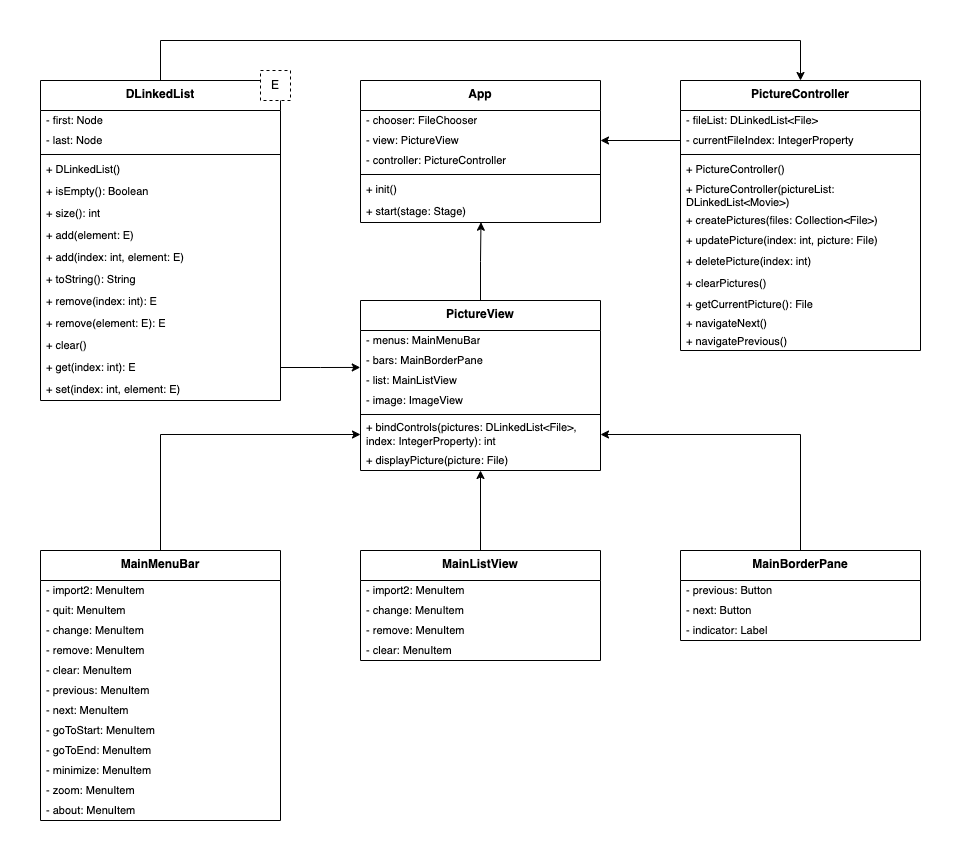
Above: assignments/hw7/diagram1.png in hanggrian/IIT-ITM510 (draw.io), before the change. Source tidied: cells renumbered, new cells last; positions are measured from the earlier drawing's top-left corner, leaving out a move shared by most shapes.
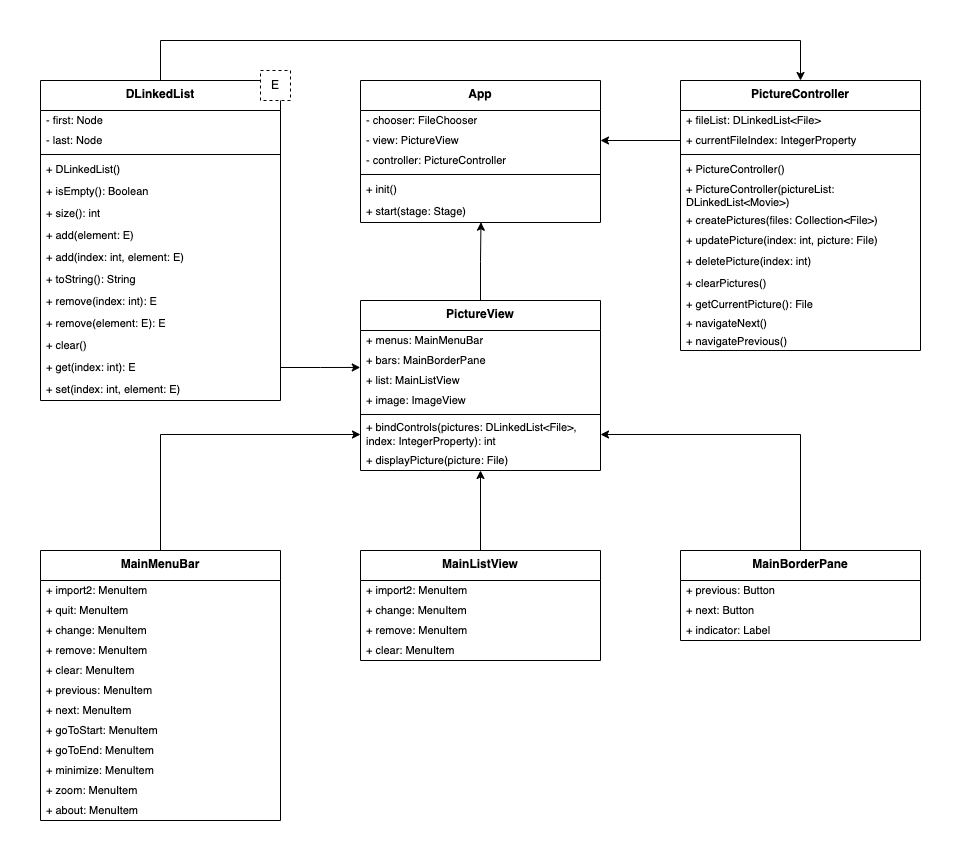
Above is the later version.

Commit message:
Fix public property - to +

What changed in the source:
```diff
@@ -5,10 +5,10 @@
     <mxCell id="2" value="PictureController" style="swimlane;fontStyle=1;align=center;verticalAlign=top;horizontal=1;startSize=30;whiteSpace=wrap;html=1;" parent="1" vertex="1">
       <mxGeometry x="640" y="40" width="240" height="270" as="geometry" />
     </mxCell>
-    <mxCell id="3" value="- fileList: DLinkedList&amp;lt;File&amp;gt;" style="text;strokeColor=none;fillColor=none;align=left;verticalAlign=middle;spacingLeft=4;spacingRight=4;overflow=hidden;whiteSpace=wrap;html=1;fontSize=11;" parent="2" vertex="1">
+    <mxCell id="3" value="+ fileList: DLinkedList&amp;lt;File&amp;gt;" style="text;strokeColor=none;fillColor=none;align=left;verticalAlign=middle;spacingLeft=4;spacingRight=4;overflow=hidden;whiteSpace=wrap;html=1;fontSize=11;" parent="2" vertex="1">
       <mxGeometry y="30" width="240" height="20" as="geometry" />
     </mxCell>
-    <mxCell id="4" value="- currentFileIndex: IntegerProperty" style="text;strokeColor=none;fillColor=none;align=left;verticalAlign=middle;spacingLeft=4;spacingRight=4;overflow=hidden;points=[[0,0.5],[1,0.5]];portConstraint=eastwest;whiteSpace=wrap;html=1;fontSize=11;" parent="2" vertex="1">
+    <mxCell id="4" value="+ currentFileIndex: IntegerProperty" style="text;strokeColor=none;fillColor=none;align=left;verticalAlign=middle;spacingLeft=4;spacingRight=4;overflow=hidden;points=[[0,0.5],[1,0.5]];portConstraint=eastwest;whiteSpace=wrap;html=1;fontSize=11;" parent="2" vertex="1">
       <mxGeometry y="50" width="240" height="20" as="geometry" />
     </mxCell>
     <mxCell id="5" style="line;strokeWidth=1;fillColor=none;align=left;verticalAlign=middle;spacingTop=-1;spacingLeft=3;spacingRight=3;labelPosition=right;strokeColor=inherit;" parent="2" vertex="1">
@@ -44,16 +44,16 @@
     <mxCell id="15" value="PictureView" style="swimlane;fontStyle=1;align=center;verticalAlign=top;horizontal=1;startSize=30;whiteSpace=wrap;html=1;" parent="1" vertex="1">
       <mxGeometry x="320" y="260" width="240" height="170" as="geometry" />
     </mxCell>
-    <mxCell id="16" value="- menus: MainMenuBar" style="text;strokeColor=none;fillColor=none;align=left;verticalAlign=middle;spacingLeft=4;spacingRight=4;overflow=hidden;whiteSpace=wrap;html=1;fontSize=11;" parent="15" vertex="1">
+    <mxCell id="16" value="+ menus: MainMenuBar" style="text;strokeColor=none;fillColor=none;align=left;verticalAlign=middle;spacingLeft=4;spacingRight=4;overflow=hidden;whiteSpace=wrap;html=1;fontSize=11;" parent="15" vertex="1">
       <mxGeometry y="30" width="240" height="20" as="geometry" />
     </mxCell>
-    <mxCell id="17" value="- bars: MainBorderPane" style="text;strokeColor=none;fillColor=none;align=left;verticalAlign=middle;spacingLeft=4;spacingRight=4;overflow=hidden;points=[[0,0.5],[1,0.5]];portConstraint=eastwest;whiteSpace=wrap;html=1;fontSize=11;" parent="15" vertex="1">
+    <mxCell id="17" value="+ bars: MainBorderPane" style="text;strokeColor=none;fillColor=none;align=left;verticalAlign=middle;spacingLeft=4;spacingRight=4;overflow=hidden;points=[[0,0.5],[1,0.5]];portConstraint=eastwest;whiteSpace=wrap;html=1;fontSize=11;" parent="15" vertex="1">
       <mxGeometry y="50" width="240" height="20" as="geometry" />
     </mxCell>
-    <mxCell id="18" value="- list: MainListView" style="text;strokeColor=none;fillColor=none;align=left;verticalAlign=middle;spacingLeft=4;spacingRight=4;overflow=hidden;whiteSpace=wrap;html=1;fontSize=11;" parent="15" vertex="1">
+    <mxCell id="18" value="+ list: MainListView" style="text;strokeColor=none;fillColor=none;align=left;verticalAlign=middle;spacingLeft=4;spacingRight=4;overflow=hidden;whiteSpace=wrap;html=1;fontSize=11;" parent="15" vertex="1">
       <mxGeometry y="70" width="240" height="20" as="geometry" />
     </mxCell>
-    <mxCell id="19" value="- image: ImageView" style="text;strokeColor=none;fillColor=none;align=left;verticalAlign=middle;spacingLeft=4;spacingRight=4;overflow=hidden;whiteSpace=wrap;html=1;fontSize=11;" parent="15" vertex="1">
+    <mxCell id="19" value="+ image: ImageView" style="text;strokeColor=none;fillColor=none;align=left;verticalAlign=middle;spacingLeft=4;spacingRight=4;overflow=hidden;whiteSpace=wrap;html=1;fontSize=11;" parent="15" vertex="1">
       <mxGeometry y="90" width="240" height="20" as="geometry" />
     </mxCell>
     <mxCell id="20" style="line;strokeWidth=1;fillColor=none;align=left;verticalAlign=middle;spacingTop=-1;spacingLeft=3;spacingRight=3;labelPosition=right;strokeColor=inherit;" parent="15" vertex="1">
@@ -68,16 +68,16 @@
     <mxCell id="23" value="MainListView" style="swimlane;fontStyle=1;align=center;verticalAlign=top;horizontal=1;startSize=30;whiteSpace=wrap;html=1;" parent="1" vertex="1">
       <mxGeometry x="320" y="510" width="240" height="110" as="geometry" />
     </mxCell>
-    <mxCell id="24" value="- import2: MenuItem" style="text;strokeColor=none;fillColor=none;align=left;verticalAlign=middle;spacingLeft=4;spacingRight=4;overflow=hidden;whiteSpace=wrap;html=1;fontSize=11;" parent="23" vertex="1">
+    <mxCell id="24" value="+ import2: MenuItem" style="text;strokeColor=none;fillColor=none;align=left;verticalAlign=middle;spacingLeft=4;spacingRight=4;overflow=hidden;whiteSpace=wrap;html=1;fontSize=11;" parent="23" vertex="1">
       <mxGeometry y="30" width="240" height="20" as="geometry" />
     </mxCell>
-    <mxCell id="25" value="- change: MenuItem" style="text;strokeColor=none;fillColor=none;align=left;verticalAlign=middle;spacingLeft=4;spacingRight=4;overflow=hidden;whiteSpace=wrap;html=1;fontSize=11;" parent="23" vertex="1">
+    <mxCell id="25" value="+ change: MenuItem" style="text;strokeColor=none;fillColor=none;align=left;verticalAlign=middle;spacingLeft=4;spacingRight=4;overflow=hidden;whiteSpace=wrap;html=1;fontSize=11;" parent="23" vertex="1">
       <mxGeometry y="50" width="240" height="20" as="geometry" />
     </mxCell>
-    <mxCell id="26" value="- remove: MenuItem" style="text;strokeColor=none;fillColor=none;align=left;verticalAlign=middle;spacingLeft=4;spacingRight=4;overflow=hidden;whiteSpace=wrap;html=1;fontSize=11;" parent="23" vertex="1">
+    <mxCell id="26" value="+ remove: MenuItem" style="text;strokeColor=none;fillColor=none;align=left;verticalAlign=middle;spacingLeft=4;spacingRight=4;overflow=hidden;whiteSpace=wrap;html=1;fontSize=11;" parent="23" vertex="1">
       <mxGeometry y="70" width="240" height="20" as="geometry" />
     </mxCell>
-    <mxCell id="27" value="- clear: MenuItem" style="text;strokeColor=none;fillColor=none;align=left;verticalAlign=middle;spacingLeft=4;spacingRight=4;overflow=hidden;whiteSpace=wrap;html=1;fontSize=11;" parent="23" vertex="1">
+    <mxCell id="27" value="+ clear: MenuItem" style="text;strokeColor=none;fillColor=none;align=left;verticalAlign=middle;spacingLeft=4;spacingRight=4;overflow=hidden;whiteSpace=wrap;html=1;fontSize=11;" parent="23" vertex="1">
       <mxGeometry y="90" width="240" height="20" as="geometry" />
     </mxCell>
     <mxCell id="28" style="edgeStyle=orthogonalEdgeStyle;rounded=0;jettySize=auto;html=1;exitX=0.5;exitY=0;exitDx=0;exitDy=0;entryX=1;entryY=0.5;entryDx=0;entryDy=0;" parent="1" edge="1" source="29" target="21">
@@ -86,13 +86,13 @@
     <mxCell id="29" value="MainBorderPane" style="swimlane;fontStyle=1;align=center;verticalAlign=top;horizontal=1;startSize=30;whiteSpace=wrap;html=1;" parent="1" vertex="1">
       <mxGeometry x="640" y="510" width="240" height="90" as="geometry" />
     </mxCell>
-    <mxCell id="30" value="- previous: Button" style="text;strokeColor=none;fillColor=none;align=left;verticalAlign=middle;spacingLeft=4;spacingRight=4;overflow=hidden;whiteSpace=wrap;html=1;fontSize=11;" parent="29" vertex="1">
+    <mxCell id="30" value="+ previous: Button" style="text;strokeColor=none;fillColor=none;align=left;verticalAlign=middle;spacingLeft=4;spacingRight=4;overflow=hidden;whiteSpace=wrap;html=1;fontSize=11;" parent="29" vertex="1">
       <mxGeometry y="30" width="240" height="20" as="geometry" />
     </mxCell>
-    <mxCell id="31" value="- next: Button" style="text;strokeColor=none;fillColor=none;align=left;verticalAlign=middle;spacingLeft=4;spacingRight=4;overflow=hidden;whiteSpace=wrap;html=1;fontSize=11;" parent="29" vertex="1">
+    <mxCell id="31" value="+ next: Button" style="text;strokeColor=none;fillColor=none;align=left;verticalAlign=middle;spacingLeft=4;spacingRight=4;overflow=hidden;whiteSpace=wrap;html=1;fontSize=11;" parent="29" vertex="1">
       <mxGeometry y="50" width="240" height="20" as="geometry" />
     </mxCell>
-    <mxCell id="32" value="- indicator: Label" style="text;strokeColor=none;fillColor=none;align=left;verticalAlign=middle;spacingLeft=4;spacingRight=4;overflow=hidden;whiteSpace=wrap;html=1;fontSize=11;" parent="29" vertex="1">
+    <mxCell id="32" value="+ indicator: Label" style="text;strokeColor=none;fillColor=none;align=left;verticalAlign=middle;spacingLeft=4;spacingRight=4;overflow=hidden;whiteSpace=wrap;html=1;fontSize=11;" parent="29" vertex="1">
       <mxGeometry y="70" width="240" height="20" as="geometry" />
     </mxCell>
     <mxCell id="33" style="edgeStyle=orthogonalEdgeStyle;rounded=0;jettySize=auto;html=1;exitX=0.5;exitY=0;exitDx=0;exitDy=0;entryX=0;entryY=0.5;entryDx=0;entryDy=0;" parent="1" edge="1" source="34" target="21">
@@ -101,40 +101,40 @@
     <mxCell id="34" value="MainMenuBar" style="swimlane;fontStyle=1;align=center;verticalAlign=top;horizontal=1;startSize=30;whiteSpace=wrap;html=1;" parent="1" vertex="1">
       <mxGeometry y="510" width="240" height="270" as="geometry" />
     </mxCell>
-    <mxCell id="35" value="- import2: MenuItem" style="text;strokeColor=none;fillColor=none;align=left;verticalAlign=middle;spacingLeft=4;spacingRight=4;overflow=hidden;whiteSpace=wrap;html=1;fontSize=11;" parent="34" vertex="1">
+    <mxCell id="35" value="+ import2: MenuItem" style="text;strokeColor=none;fillColor=none;align=left;verticalAlign=middle;spacingLeft=4;spacingRight=4;overflow=hidden;whiteSpace=wrap;html=1;fontSize=11;" parent="34" vertex="1">
       <mxGeometry y="30" width="240" height="20" as="geometry" />
     </mxCell>
-    <mxCell id="36" value="- quit: MenuItem" style="text;strokeColor=none;fillColor=none;align=left;verticalAlign=middle;spacingLeft=4;spacingRight=4;overflow=hidden;whiteSpace=wrap;html=1;fontSize=11;" parent="34" vertex="1">
+    <mxCell id="36" value="+ quit: MenuItem" style="text;strokeColor=none;fillColor=none;align=left;verticalAlign=middle;spacingLeft=4;spacingRight=4;overflow=hidden;whiteSpace=wrap;html=1;fontSize=11;" parent="34" vertex="1">
       <mxGeometry y="50" width="240" height="20" as="geometry" />
     </mxCell>
-    <mxCell id="37" value="- change: MenuItem" style="text;strokeColor=none;fillColor=none;align=left;verticalAlign=middle;spacingLeft=4;spacingRight=4;overflow=hidden;whiteSpace=wrap;html=1;fontSize=11;" parent="34" vertex="1">
+    <mxCell id="37" value="+ change: MenuItem" style="text;strokeColor=none;fillColor=none;align=left;verticalAlign=middle;spacingLeft=4;spacingRight=4;overflow=hidden;whiteSpace=wrap;html=1;fontSize=11;" parent="34" vertex="1">
       <mxGeometry y="70" width="240" height="20" as="geometry" />
     </mxCell>
-    <mxCell id="38" value="- remove: MenuItem" style="text;strokeColor=none;fillColor=none;align=left;verticalAlign=middle;spacingLeft=4;spacingRight=4;overflow=hidden;whiteSpace=wrap;html=1;fontSize=11;" parent="34" vertex="1">
+    <mxCell id="38" value="+ remove: MenuItem" style="text;strokeColor=none;fillColor=none;align=left;verticalAlign=middle;spacingLeft=4;spacingRight=4;overflow=hidden;whiteSpace=wrap;html=1;fontSize=11;" parent="34" vertex="1">
       <mxGeometry y="90" width="240" height="20" as="geometry" />
     </mxCell>
-    <mxCell id="39" value="- clear: MenuItem" style="text;strokeColor=none;fillColor=none;align=left;verticalAlign=middle;spacingLeft=4;spacingRight=4;overflow=hidden;whiteSpace=wrap;html=1;fontSize=11;" parent="34" vertex="1">
+    <mxCell id="39" value="+ clear: MenuItem" style="text;strokeColor=none;fillColor=none;align=left;verticalAlign=middle;spacingLeft=4;spacingRight=4;overflow=hidden;whiteSpace=wrap;html=1;fontSize=11;" parent="34" vertex="1">
       <mxGeometry y="110" width="240" height="20" as="geometry" />
     </mxCell>
-    <mxCell id="40" value="- previous: MenuItem" style="text;strokeColor=none;fillColor=none;align=left;verticalAlign=middle;spacingLeft=4;spacingRight=4;overflow=hidden;whiteSpace=wrap;html=1;fontSize=11;" parent="34" vertex="1">
+    <mxCell id="40" value="+ previous: MenuItem" style="text;strokeColor=none;fillColor=none;align=left;verticalAlign=middle;spacingLeft=4;spacingRight=4;overflow=hidden;whiteSpace=wrap;html=1;fontSize=11;" parent="34" vertex="1">
       <mxGeometry y="130" width="240" height="20" as="geometry" />
     </mxCell>
-    <mxCell id="41" value="- next: MenuItem" style="text;strokeColor=none;fillColor=none;align=left;verticalAlign=middle;spacingLeft=4;spacingRight=4;overflow=hidden;whiteSpace=wrap;html=1;fontSize=11;" parent="34" vertex="1">
+    <mxCell id="41" value="+ next: MenuItem" style="text;strokeColor=none;fillColor=none;align=left;verticalAlign=middle;spacingLeft=4;spacingRight=4;overflow=hidden;whiteSpace=wrap;html=1;fontSize=11;" parent="34" vertex="1">
       <mxGeometry y="150" width="240" height="20" as="geometry" />
     </mxCell>
-    <mxCell id="42" value="- goToStart: MenuItem" style="text;strokeColor=none;fillColor=none;align=left;verticalAlign=middle;spacingLeft=4;spacingRight=4;overflow=hidden;whiteSpace=wrap;html=1;fontSize=11;" parent="34" vertex="1">
+    <mxCell id="42" value="+ goToStart: MenuItem" style="text;strokeColor=none;fillColor=none;align=left;verticalAlign=middle;spacingLeft=4;spacingRight=4;overflow=hidden;whiteSpace=wrap;html=1;fontSize=11;" parent="34" vertex="1">
       <mxGeometry y="170" width="240" height="20" as="geometry" />
     </mxCell>
-    <mxCell id="43" value="- goToEnd: MenuItem" style="text;strokeColor=none;fillColor=none;align=left;verticalAlign=middle;spacingLeft=4;spacingRight=4;overflow=hidden;whiteSpace=wrap;html=1;fontSize=11;" parent="34" vertex="1">
+    <mxCell id="43" value="+ goToEnd: MenuItem" style="text;strokeColor=none;fillColor=none;align=left;verticalAlign=middle;spacingLeft=4;spacingRight=4;overflow=hidden;whiteSpace=wrap;html=1;fontSize=11;" parent="34" vertex="1">
       <mxGeometry y="190" width="240" height="20" as="geometry" />
     </mxCell>
-    <mxCell id="44" value="- minimize: MenuItem" style="text;strokeColor=none;fillColor=none;align=left;verticalAlign=middle;spacingLeft=4;spacingRight=4;overflow=hidden;whiteSpace=wrap;html=1;fontSize=11;" parent="34" vertex="1">
+    <mxCell id="44" value="+ minimize: MenuItem" style="text;strokeColor=none;fillColor=none;align=left;verticalAlign=middle;spacingLeft=4;spacingRight=4;overflow=hidden;whiteSpace=wrap;html=1;fontSize=11;" parent="34" vertex="1">
       <mxGeometry y="210" width="240" height="20" as="geometry" />
     </mxCell>
-    <mxCell id="45" value="- zoom: MenuItem" style="text;strokeColor=none;fillColor=none;align=left;verticalAlign=middle;spacingLeft=4;spacingRight=4;overflow=hidden;whiteSpace=wrap;html=1;fontSize=11;" parent="34" vertex="1">
+    <mxCell id="45" value="+ zoom: MenuItem" style="text;strokeColor=none;fillColor=none;align=left;verticalAlign=middle;spacingLeft=4;spacingRight=4;overflow=hidden;whiteSpace=wrap;html=1;fontSize=11;" parent="34" vertex="1">
       <mxGeometry y="230" width="240" height="20" as="geometry" />
     </mxCell>
-    <mxCell id="46" value="- about: MenuItem" style="text;strokeColor=none;fillColor=none;align=left;verticalAlign=middle;spacingLeft=4;spacingRight=4;overflow=hidden;whiteSpace=wrap;html=1;fontSize=11;" parent="34" vertex="1">
+    <mxCell id="46" value="+ about: MenuItem" style="text;strokeColor=none;fillColor=none;align=left;verticalAlign=middle;spacingLeft=4;spacingRight=4;overflow=hidden;whiteSpace=wrap;html=1;fontSize=11;" parent="34" vertex="1">
       <mxGeometry y="250" width="240" height="20" as="geometry" />
     </mxCell>
     <mxCell id="47" value="App" style="swimlane;fontStyle=1;align=center;verticalAlign=top;horizontal=1;startSize=30;whiteSpace=wrap;html=1;" parent="1" vertex="1">
```
